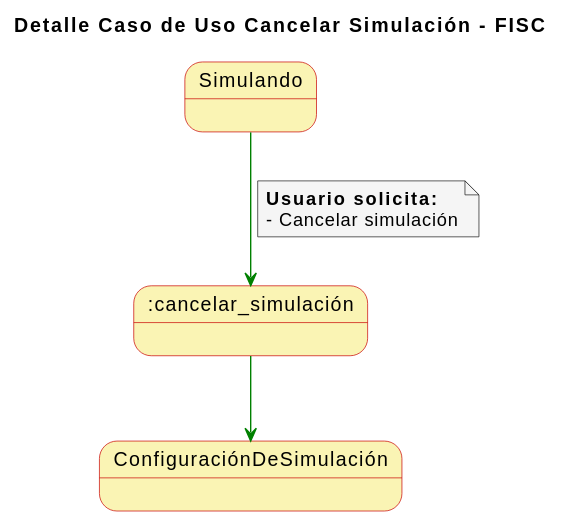
This is imagenes/casosDeUso/detallesCasosUso/detalleCasoUsoCancelarSimulacion.svg from mmasias/23-24-IdSw1-SDR, a PlantUML export, as it was before one commit. Its diagram source:
```plantuml
@startuml
skinparam state {
  BackgroundColor #faf4b4
  BorderColor #c90000
}

skinparam note {
  BackgroundColor #f5f5f5
}

skinparam linetype polyline

title Detalle Caso de Uso Cancelar Simulación - FISC


Simulando -[#green]-> :cancelar_simulación
note on link
  **Usuario solicita:**
  - Cancelar simulación
end note

:cancelar_simulación -[#green]-> ConfiguraciónDeSimulación
@enduml
```
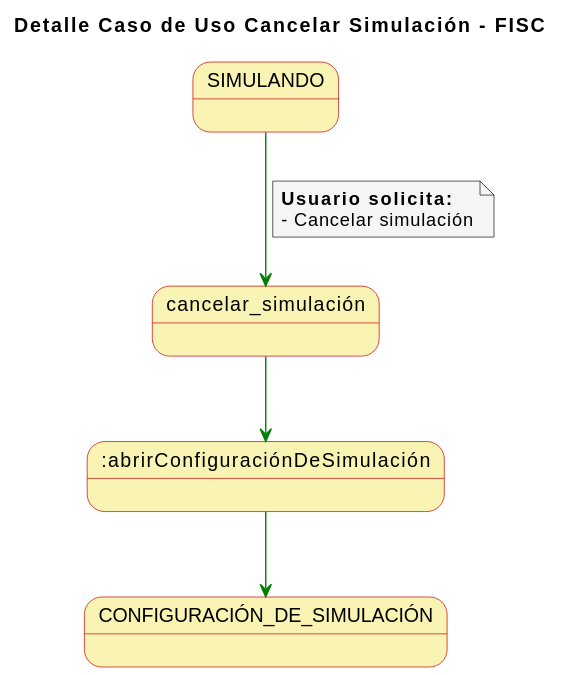
The same diagram one commit later.

Diff of the diagram source:
```diff
@@ -13,11 +13,12 @@
 title Detalle Caso de Uso Cancelar Simulación - FISC
 
 
-Simulando -[#green]-> :cancelar_simulación
+SIMULANDO-[#green]-> cancelar_simulación
 note on link
   **Usuario solicita:**
   - Cancelar simulación
 end note
 
-:cancelar_simulación -[#green]-> ConfiguraciónDeSimulación
+cancelar_simulación -[#green]-> :abrirConfiguraciónDeSimulación
+:abrirConfiguraciónDeSimulación-[#green]-> CONFIGURACIÓN_DE_SIMULACIÓN
 @enduml
```
